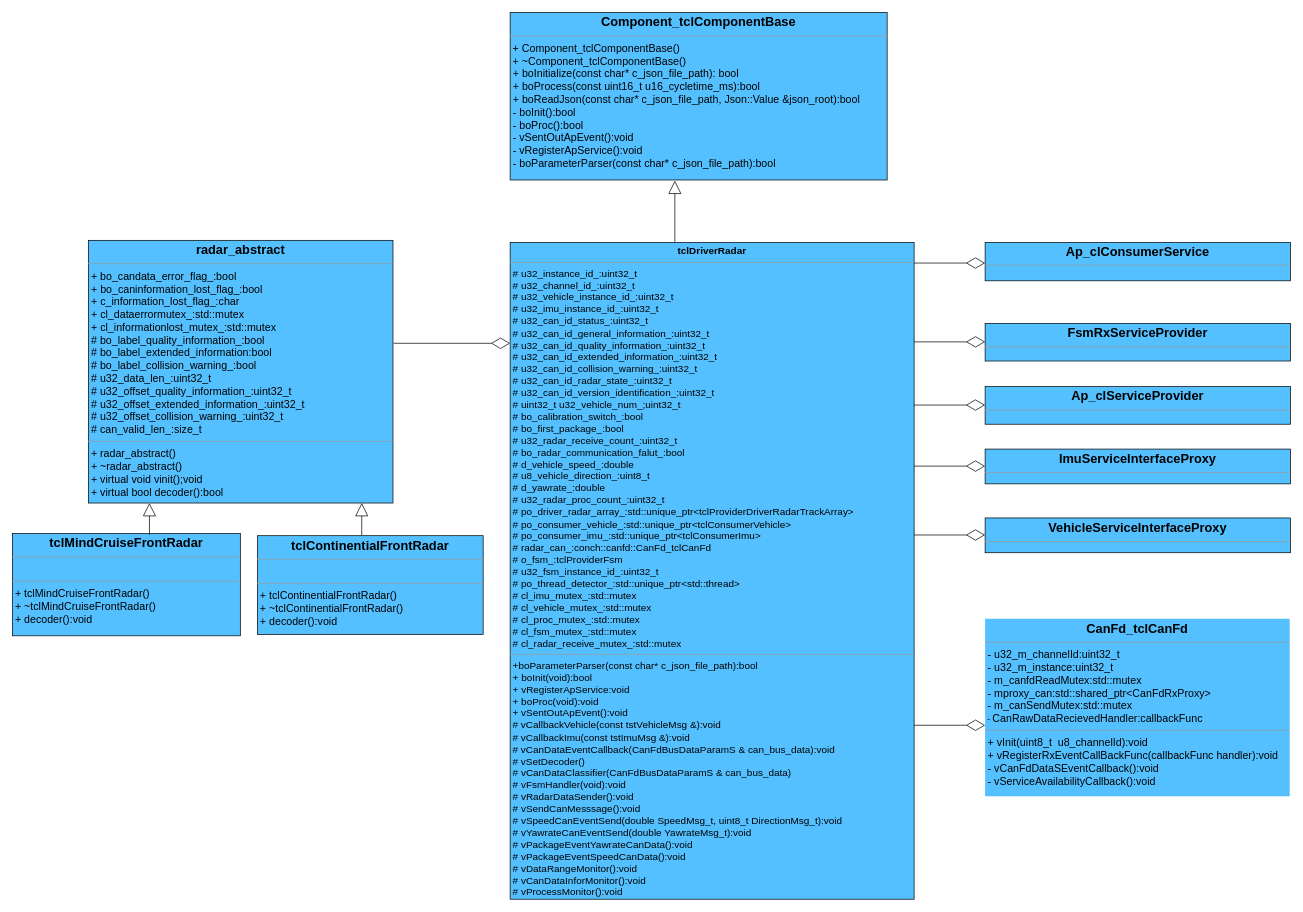
This is imu_静态图.drawio from CodePorterW/DrawIo, a draw.io file, before an edit. Source tidied: cells renumbered, new cells numbered last; positions are measured from the earlier drawing's top-left corner, leaving out a move shared by most shapes. Both pictures are drawn from the tidied source at 71%, with x=0, y=0 at pixel (12, 12).
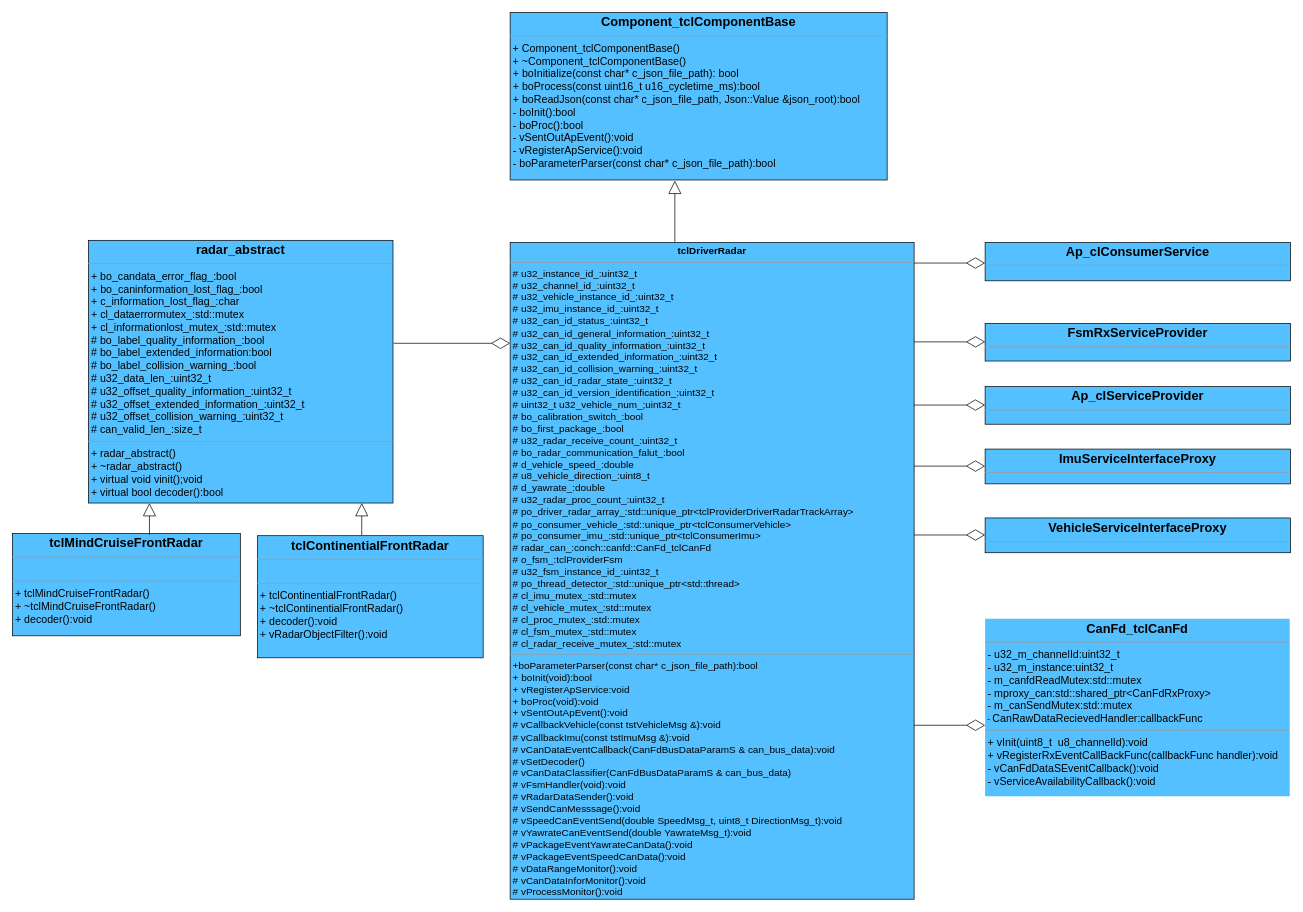
The same diagram, later.

Commit message:
更新imu_静态图.drawio

The edit, as a diff of the source:
```diff
@@
-    <mxCell id="16" value="&lt;p style=&quot;margin: 4px 0px 0px; text-align: center;&quot;&gt;&lt;font style=&quot;&quot;&gt;&lt;span style=&quot;font-size: 18px;&quot;&gt;&lt;b&gt;tclContinentialFrontRadar&lt;/b&gt;&lt;/span&gt;&lt;br&gt;&lt;/font&gt;&lt;/p&gt;&lt;hr size=&quot;1&quot; style=&quot;font-size: 15px&quot;&gt;&lt;p style=&quot;margin: 0px 0px 0px 4px ; font-size: 15px&quot;&gt;&lt;br&gt;&lt;/p&gt;&lt;hr size=&quot;1&quot; style=&quot;font-size: 15px&quot;&gt;&lt;p style=&quot;margin: 0px 0px 0px 4px; font-size: 15px;&quot;&gt;&lt;font style=&quot;font-size: 15px&quot;&gt;+&amp;nbsp;tclContinentialFrontRadar()&lt;/font&gt;&lt;/p&gt;&lt;p style=&quot;margin: 0px 0px 0px 4px ; font-size: 15px&quot;&gt;&lt;font style=&quot;font-size: 15px&quot;&gt;+&amp;nbsp;~tclContinentialFrontRadar()&lt;/font&gt;&lt;/p&gt;&lt;p style=&quot;border-color: var(--border-color); margin: 0px 0px 0px 4px; font-size: 15px;&quot;&gt;&lt;font style=&quot;border-color: var(--border-color);&quot;&gt;+ decoder():void&lt;/font&gt;&lt;/p&gt;&lt;div&gt;&lt;font style=&quot;border-color: var(--border-color);&quot;&gt;&lt;br&gt;&lt;/font&gt;&lt;/div&gt;&lt;p style=&quot;margin: 0px 0px 0px 4px; font-size: 15px;&quot;&gt;&lt;br&gt;&lt;/p&gt;" style="verticalAlign=top;align=left;overflow=fill;fontSize=12;fontFamily=Helvetica;html=1;fillColor=#54C0FF;" parent="1" vertex="1">
-      <mxGeometry x="345" y="737" width="318" height="139" as="geometry" />
+    <mxCell id="16" value="&lt;p style=&quot;margin: 4px 0px 0px; text-align: center;&quot;&gt;&lt;font style=&quot;&quot;&gt;&lt;span style=&quot;font-size: 18px;&quot;&gt;&lt;b&gt;tclContinentialFrontRadar&lt;/b&gt;&lt;/span&gt;&lt;br&gt;&lt;/font&gt;&lt;/p&gt;&lt;hr size=&quot;1&quot; style=&quot;font-size: 15px&quot;&gt;&lt;p style=&quot;margin: 0px 0px 0px 4px ; font-size: 15px&quot;&gt;&lt;br&gt;&lt;/p&gt;&lt;hr size=&quot;1&quot; style=&quot;font-size: 15px&quot;&gt;&lt;p style=&quot;margin: 0px 0px 0px 4px; font-size: 15px;&quot;&gt;&lt;font style=&quot;font-size: 15px&quot;&gt;+&amp;nbsp;tclContinentialFrontRadar()&lt;/font&gt;&lt;/p&gt;&lt;p style=&quot;margin: 0px 0px 0px 4px ; font-size: 15px&quot;&gt;&lt;font style=&quot;font-size: 15px&quot;&gt;+&amp;nbsp;~tclContinentialFrontRadar()&lt;/font&gt;&lt;/p&gt;&lt;p style=&quot;border-color: var(--border-color); margin: 0px 0px 0px 4px; font-size: 15px;&quot;&gt;&lt;font style=&quot;border-color: var(--border-color);&quot;&gt;+ decoder():void&lt;/font&gt;&lt;/p&gt;&lt;p style=&quot;border-color: var(--border-color); margin: 0px 0px 0px 4px; font-size: 15px;&quot;&gt;+ vRadarObjectFilter():void&lt;/p&gt;&lt;br&gt;&lt;p style=&quot;border-color: var(--border-color); margin: 0px 0px 0px 4px; font-size: 15px;&quot;&gt;&lt;font style=&quot;border-color: var(--border-color);&quot;&gt;&lt;br&gt;&lt;/font&gt;&lt;/p&gt;&lt;div&gt;&lt;font style=&quot;border-color: var(--border-color);&quot;&gt;&lt;br&gt;&lt;/font&gt;&lt;/div&gt;&lt;p style=&quot;margin: 0px 0px 0px 4px; font-size: 15px;&quot;&gt;&lt;br&gt;&lt;/p&gt;" style="verticalAlign=top;align=left;overflow=fill;fontSize=12;fontFamily=Helvetica;html=1;fillColor=#54C0FF;" parent="1" vertex="1">
+      <mxGeometry x="345" y="737" width="318" height="172" as="geometry" />
     </mxCell>
```
